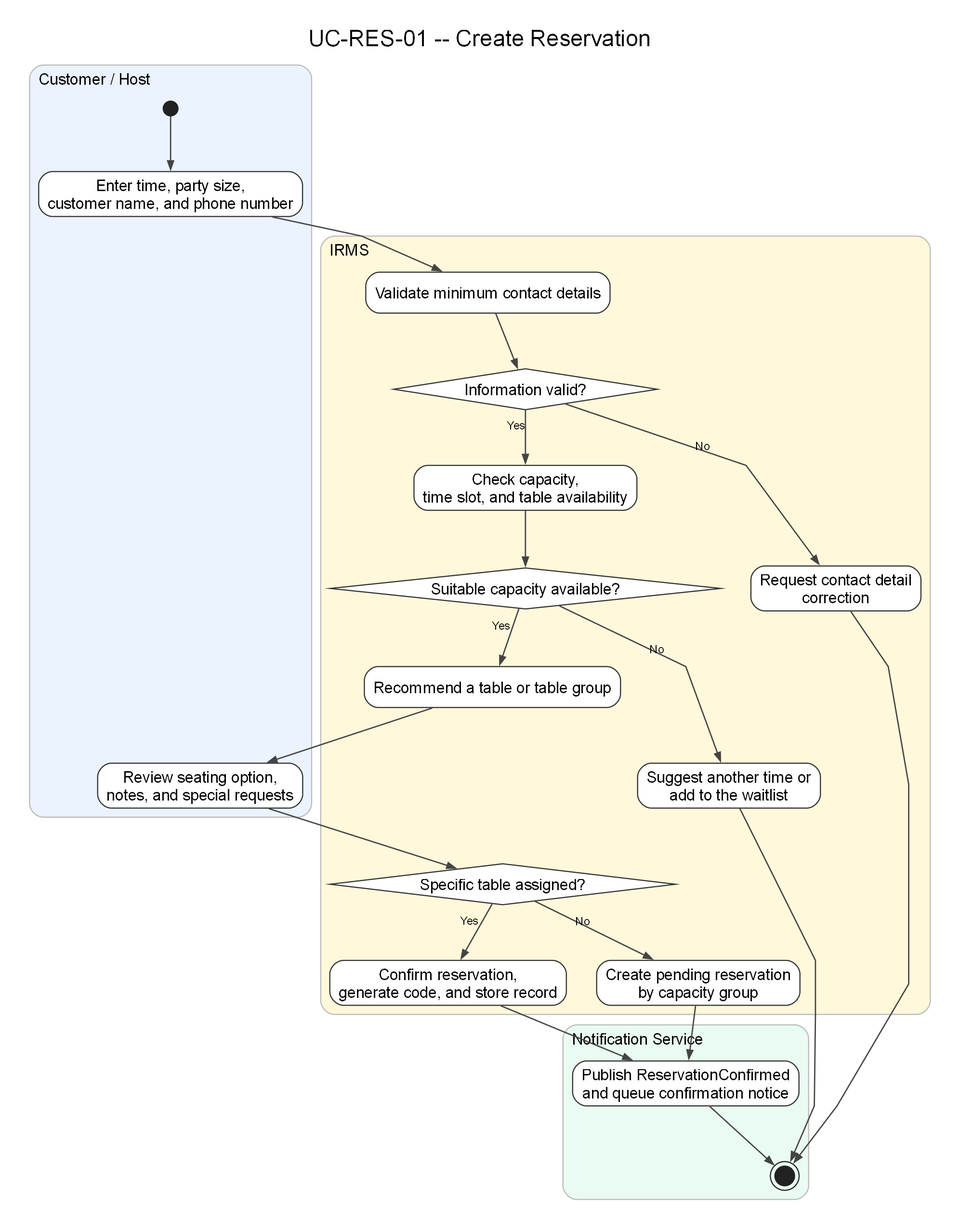
Above: assets/diagrams/rendered/activity/uc-res-01-create-reservation.png in lehoangluan1/SA_IRMS (Graphviz), before the change. Its source is kept beside it as assets/diagrams/source/activity/uc-res-01-create-reservation.dot. Source of this version:
```dot
digraph G {
  charset="UTF-8";
  graph [rankdir=TB, newrank=true, splines=polyline, nodesep=0.38, ranksep=0.68, pad=0.25, dpi=170, bgcolor="white", fontname="Arial"];
  node [fontname="Arial"];
  edge [fontname="Arial", fontsize=10, color="#444444", penwidth=1.15, arrowsize=0.75];
  labelloc="t"; labeljust="c"; fontsize=20; fontname="Arial"; label="UC-RES-01 -- Create Reservation";

  subgraph cluster_l1 {
    style="rounded,filled"; fillcolor="#EAF3FF"; color="#BBBBBB"; penwidth=1.0;
    label="Customer / Host"; fontsize=14; labelloc="t"; labeljust="l";
    n0 [shape=circle, label="", width=0.18, height=0.18, fixedsize=true, style=filled, fillcolor="#222222", color="#222222"];
    n1 [label="Enter time, party size,\ncustomer name, and phone number", shape=rect, style="rounded,filled", fillcolor="white", color="#333333"];
    n7 [label="Review seating option,\nnotes, and special requests", shape=rect, style="rounded,filled", fillcolor="white", color="#333333"];
  }

  subgraph cluster_l2 {
    style="rounded,filled"; fillcolor="#FFF8DB"; color="#BBBBBB"; penwidth=1.0;
    label="IRMS"; fontsize=14; labelloc="t"; labeljust="l";
    n2 [label="Validate minimum contact details", shape=rect, style="rounded,filled", fillcolor="white", color="#333333"];
    n3 [label="Information valid?", shape=diamond, style="filled", fillcolor="white", color="#333333"];
    n4 [label="Check capacity,\ntime slot, and table availability", shape=rect, style="rounded,filled", fillcolor="white", color="#333333"];
    n5 [label="Suitable capacity available?", shape=diamond, style="filled", fillcolor="white", color="#333333"];
    n6 [label="Recommend a table or table group", shape=rect, style="rounded,filled", fillcolor="white", color="#333333"];
    n8 [label="Specific table assigned?", shape=diamond, style="filled", fillcolor="white", color="#333333"];
    n9 [label="Confirm reservation,\ngenerate code, and store record", shape=rect, style="rounded,filled", fillcolor="white", color="#333333"];
    n10 [label="Create pending reservation\nby capacity group", shape=rect, style="rounded,filled", fillcolor="white", color="#333333"];
    n11 [label="Request contact detail\ncorrection", shape=rect, style="rounded,filled", fillcolor="white", color="#333333"];
    n12 [label="Suggest another time or\nadd to the waitlist", shape=rect, style="rounded,filled", fillcolor="white", color="#333333"];
  }

  subgraph cluster_l3 {
    style="rounded,filled"; fillcolor="#EAFBF1"; color="#BBBBBB"; penwidth=1.0;
    label="Notification Service"; fontsize=14; labelloc="t"; labeljust="l";
    n13 [label="Publish ReservationConfirmed\nand queue confirmation notice", shape=rect, style="rounded,filled", fillcolor="white", color="#333333"];
    n14 [shape=doublecircle, label="", width=0.24, height=0.24, fixedsize=true, style=filled, fillcolor="#222222", color="#222222"];
  }

  n0 -> n1;
  n1 -> n2;
  n2 -> n3;
  n3 -> n4 [xlabel="Yes"];
  n3 -> n11 [xlabel="No"];
  n4 -> n5;
  n5 -> n6 [xlabel="Yes"];
  n5 -> n12 [xlabel="No"];
  n6 -> n7;
  n7 -> n8;
  n8 -> n9 [xlabel="Yes"];
  n8 -> n10 [xlabel="No"];
  n9 -> n13;
  n10 -> n13;
  n11 -> n14;
  n12 -> n14;
  n13 -> n14;
}
```
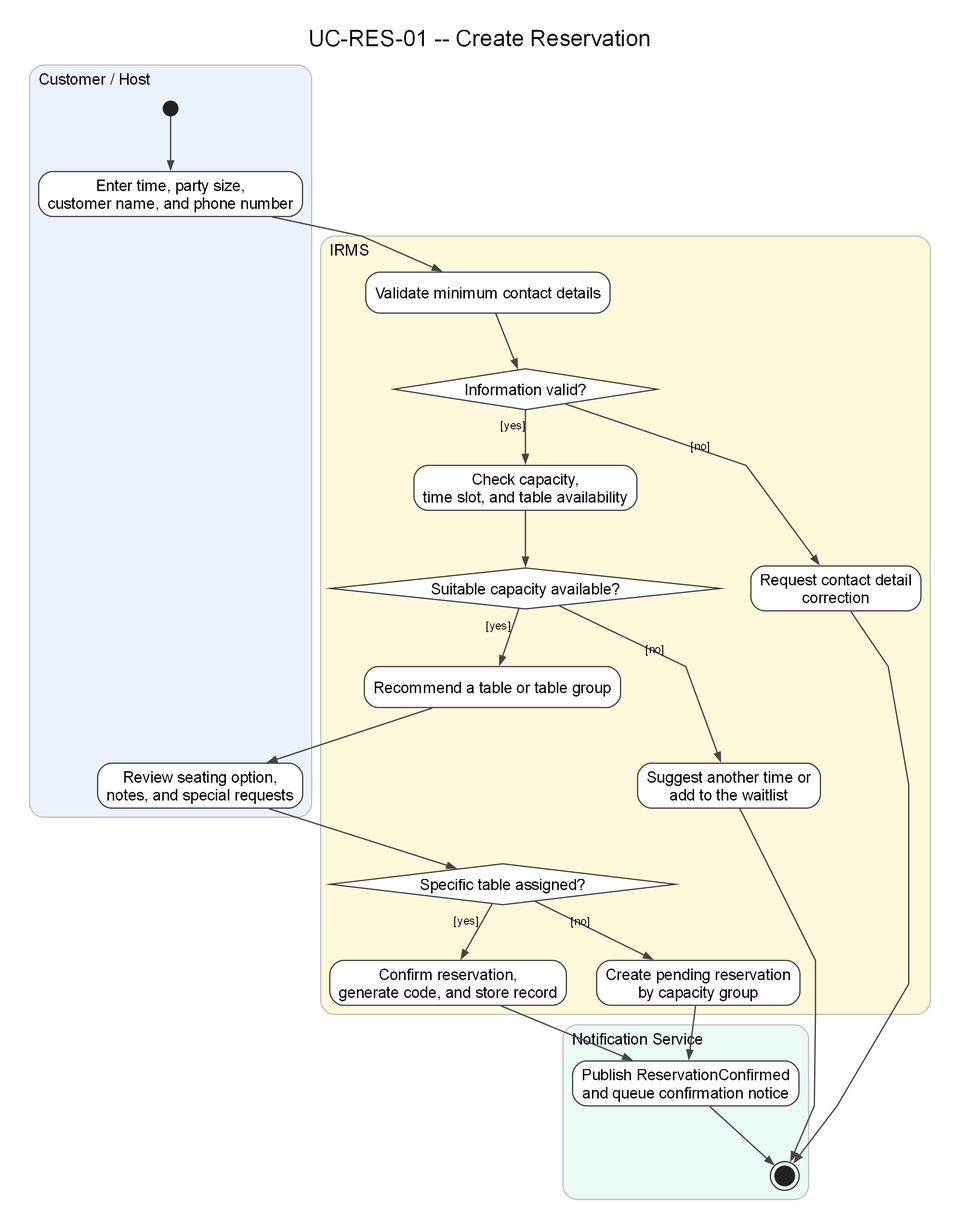
Later version of the same file.

Change to the diagram source:
```diff
@@ -38,15 +38,15 @@
   n0 -> n1;
   n1 -> n2;
   n2 -> n3;
-  n3 -> n4 [xlabel="Yes"];
-  n3 -> n11 [xlabel="No"];
+  n3 -> n4 [xlabel="[yes]"];
+  n3 -> n11 [xlabel="[no]"];
   n4 -> n5;
-  n5 -> n6 [xlabel="Yes"];
-  n5 -> n12 [xlabel="No"];
+  n5 -> n6 [xlabel="[yes]"];
+  n5 -> n12 [xlabel="[no]"];
   n6 -> n7;
   n7 -> n8;
-  n8 -> n9 [xlabel="Yes"];
-  n8 -> n10 [xlabel="No"];
+  n8 -> n9 [xlabel="[yes]"];
+  n8 -> n10 [xlabel="[no]"];
   n9 -> n13;
   n10 -> n13;
   n11 -> n14;
```
